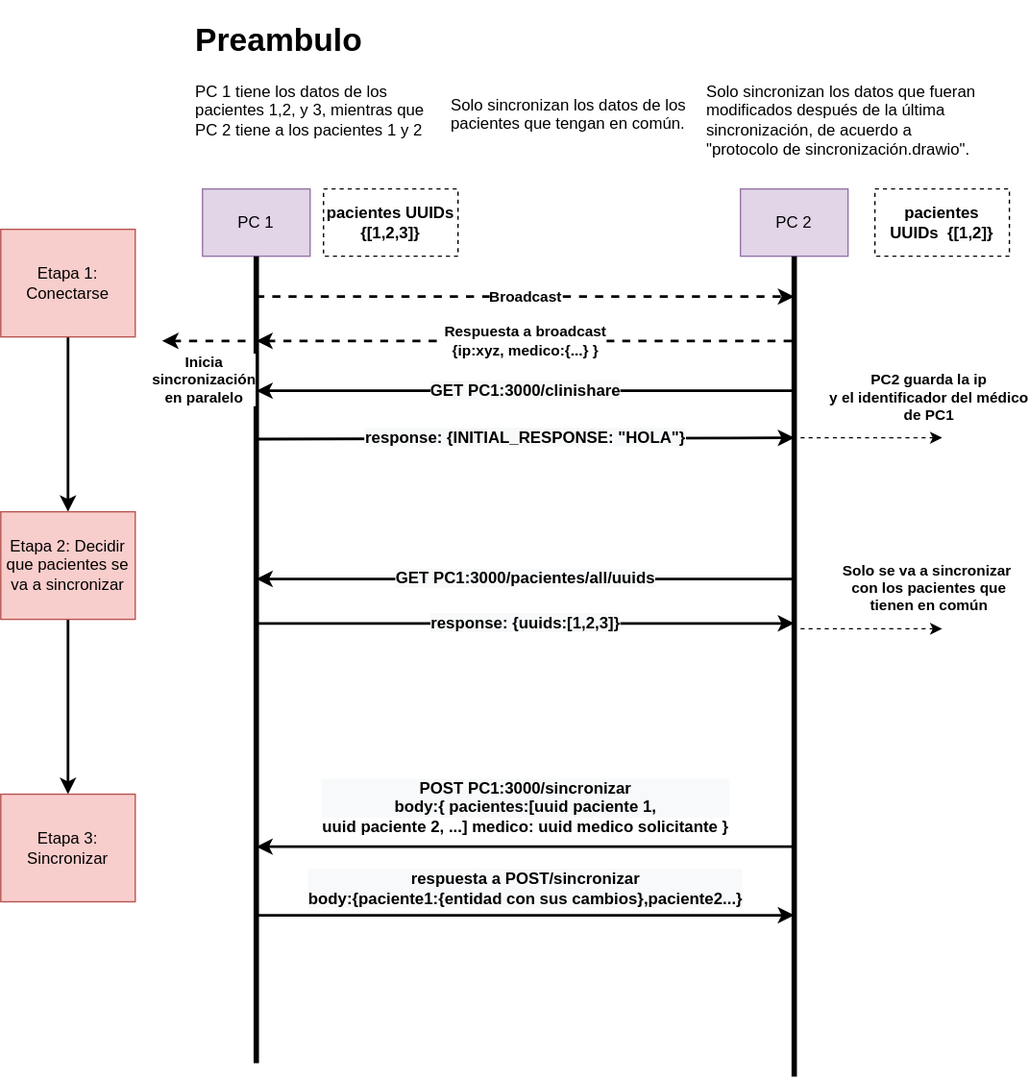
This is documentación/presentacion 3er sprint/clinishare etapas de sincronizacion con metodos.svg from jonathanc0101/CliniShare, a draw.io export, as it was before one commit. Source tidied: cells renumbered, new cells last; positions are measured from the earlier drawing's top-left corner, leaving out a move shared by most shapes.
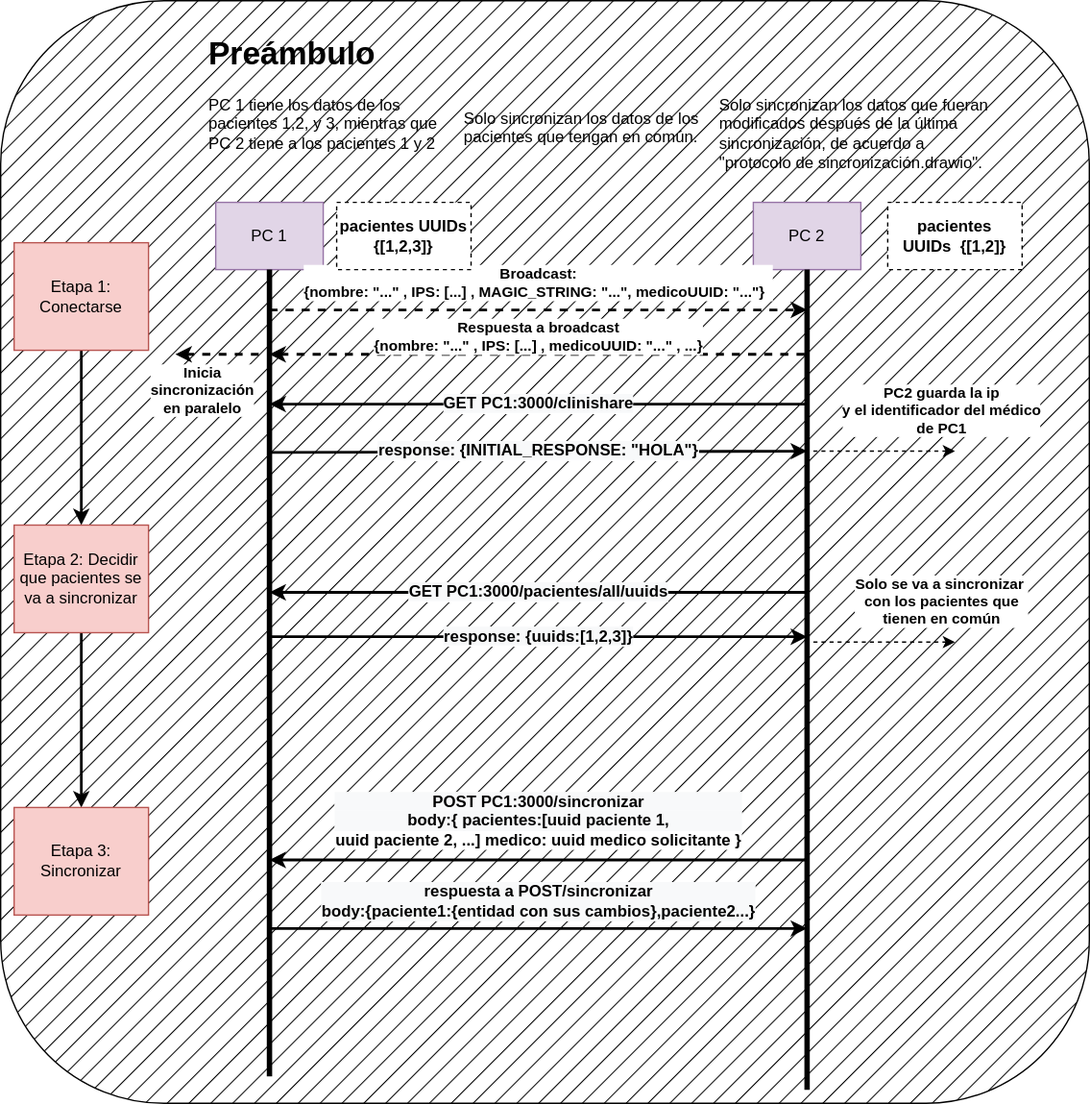
After the commit.

Change to the diagram source:
```diff
@@ -2,6 +2,9 @@
   <root>
     <mxCell id="0" />
     <mxCell id="1" parent="0" />
+    <mxCell id="27" style="rounded=1;whiteSpace=wrap;html=1;fillStyle=hatch;fillColor=#000000;" parent="1" vertex="1">
+      <mxGeometry x="-10" y="-20" width="810" height="820" as="geometry" />
+    </mxCell>
     <mxCell id="2" value="PC 1" style="rounded=0;whiteSpace=wrap;html=1;fillColor=#e1d5e7;strokeColor=#9673a6;" parent="1" vertex="1">
       <mxGeometry x="150" y="130" width="80" height="50" as="geometry" />
     </mxCell>
@@ -23,8 +26,8 @@
         <mxPoint x="190" y="280" as="targetPoint" />
       </mxGeometry>
     </mxCell>
-    <mxCell id="6" value="Broadcast" style="curved=1;endArrow=classic;html=1;rounded=0;fontStyle=1;dashed=1;strokeWidth=2;" parent="1" edge="1">
-      <mxGeometry relative="1" as="geometry">
+    <mxCell id="6" value="Broadcast: &lt;br&gt;{nombre: &quot;...&quot; , IPS: [...] , MAGIC_STRING: &quot;...&quot;, medicoUUID: &quot;...&quot;}&amp;nbsp;&amp;nbsp;" style="curved=1;endArrow=classic;html=1;rounded=0;fontStyle=1;dashed=1;strokeWidth=2;" parent="1" edge="1">
+      <mxGeometry y="20" relative="1" as="geometry">
         <mxPoint x="190" y="210" as="sourcePoint" />
         <mxPoint x="590" y="210" as="targetPoint" />
       </mxGeometry>
@@ -75,8 +78,8 @@
     <mxCell id="16" value="&lt;b&gt;pacientes UUIDs&amp;nbsp;&lt;/b&gt;&lt;b&gt;&amp;nbsp;{[1,2]}&lt;/b&gt;" style="rounded=0;whiteSpace=wrap;html=1;dashed=1;" parent="1" vertex="1">
       <mxGeometry x="650" y="130" width="100" height="50" as="geometry" />
     </mxCell>
-    <mxCell id="17" value="Respuesta a broadcast&lt;br&gt;{ip:xyz, medico:{...} }" style="curved=1;endArrow=none;html=1;rounded=0;fontStyle=1;dashed=1;startArrow=classic;startFill=1;endFill=0;strokeWidth=2;" parent="1" edge="1">
-      <mxGeometry relative="1" as="geometry">
+    <mxCell id="17" value="Respuesta a broadcast&lt;br&gt;{nombre: &quot;...&quot; , IPS: [...] , medicoUUID: &quot;...&quot; , ...}" style="curved=1;endArrow=none;html=1;rounded=0;fontStyle=1;dashed=1;startArrow=classic;startFill=1;endFill=0;strokeWidth=2;" parent="1" edge="1">
+      <mxGeometry y="13" relative="1" as="geometry">
         <mxPoint x="190" y="243" as="sourcePoint" />
         <mxPoint x="590" y="243" as="targetPoint" />
         <Array as="points">
@@ -96,7 +99,7 @@
       </mxGeometry>
     </mxCell>
     <mxCell id="20" value="Inicia &lt;br&gt;sincronización&lt;br&gt;en paralelo" style="curved=1;endArrow=none;html=1;rounded=0;fontStyle=1;dashed=1;startArrow=classic;startFill=1;endFill=0;strokeWidth=2;" parent="1" edge="1">
-      <mxGeometry x="-0.11" y="-29" relative="1" as="geometry">
+      <mxGeometry x="-0.43" y="-27" relative="1" as="geometry">
         <mxPoint x="120" y="243" as="sourcePoint" />
         <mxPoint x="190" y="243" as="targetPoint" />
       </mxGeometry>
@@ -107,7 +110,7 @@
         <mxPoint x="590" y="315" as="targetPoint" />
       </mxGeometry>
     </mxCell>
-    <mxCell id="22" value="&lt;h1&gt;Preambulo&lt;/h1&gt;&lt;p&gt;PC 1 tiene los datos de los pacientes 1,2, y 3, mientras que PC 2 tiene a los pacientes 1 y 2&lt;/p&gt;" style="text;html=1;strokeColor=none;fillColor=none;spacing=5;spacingTop=-20;whiteSpace=wrap;overflow=hidden;rounded=0;" parent="1" vertex="1">
+    <mxCell id="22" value="&lt;h1&gt;Preámbulo&lt;/h1&gt;&lt;p&gt;PC 1 tiene los datos de los pacientes 1,2, y 3, mientras que PC 2 tiene a los pacientes 1 y 2&lt;/p&gt;" style="text;html=1;strokeColor=none;fillColor=none;spacing=5;spacingTop=-20;whiteSpace=wrap;overflow=hidden;rounded=0;" parent="1" vertex="1">
       <mxGeometry x="140" width="190" height="120" as="geometry" />
     </mxCell>
     <mxCell id="23" value="&lt;b&gt;pacientes UUIDs {[1,2,3]}&lt;/b&gt;" style="rounded=0;whiteSpace=wrap;html=1;dashed=1;" parent="1" vertex="1">
```
